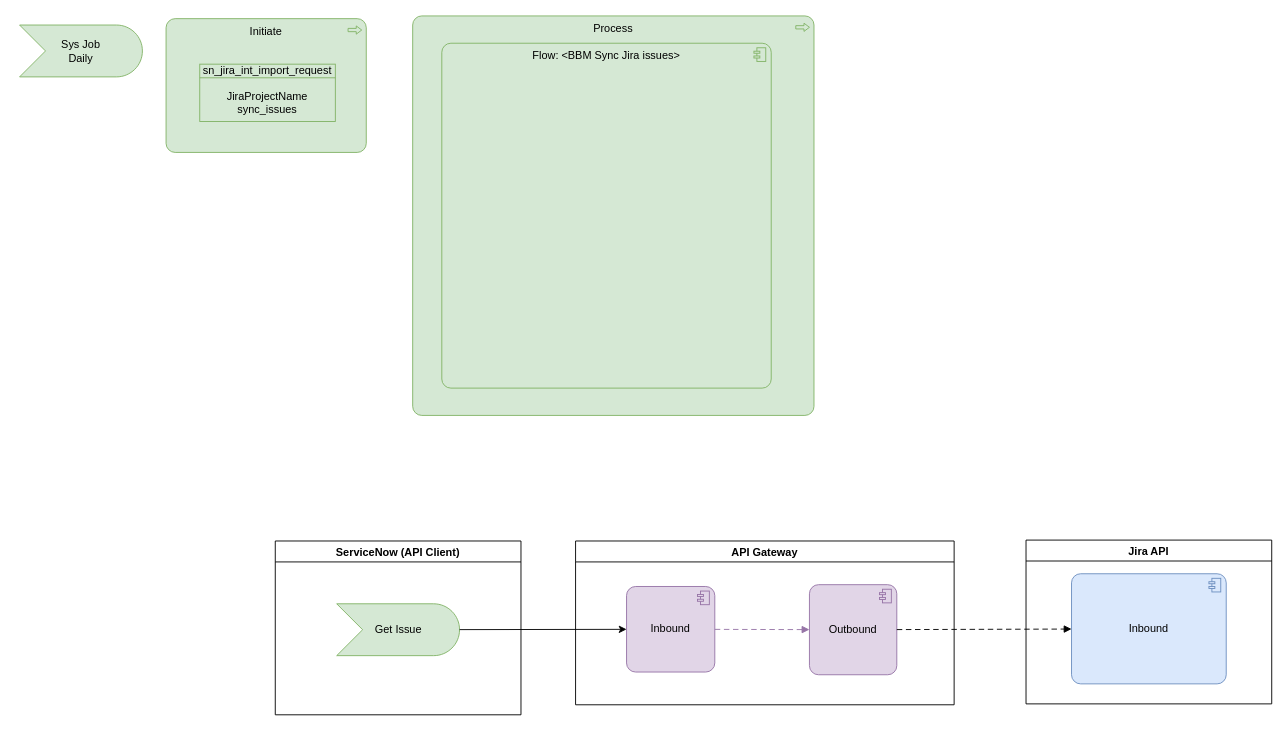
The draw.io diagram page "Page-2" (2 of 2) of BoschEAP.drawio in algimas/tmp, before the edit. Source tidied: cells renumbered, new cells numbered last; positions are measured from the earlier drawing's top-left corner, leaving out a move shared by most shapes. Both pictures are drawn from the tidied source at 91%, with x=0, y=0 at pixel (19, 15).
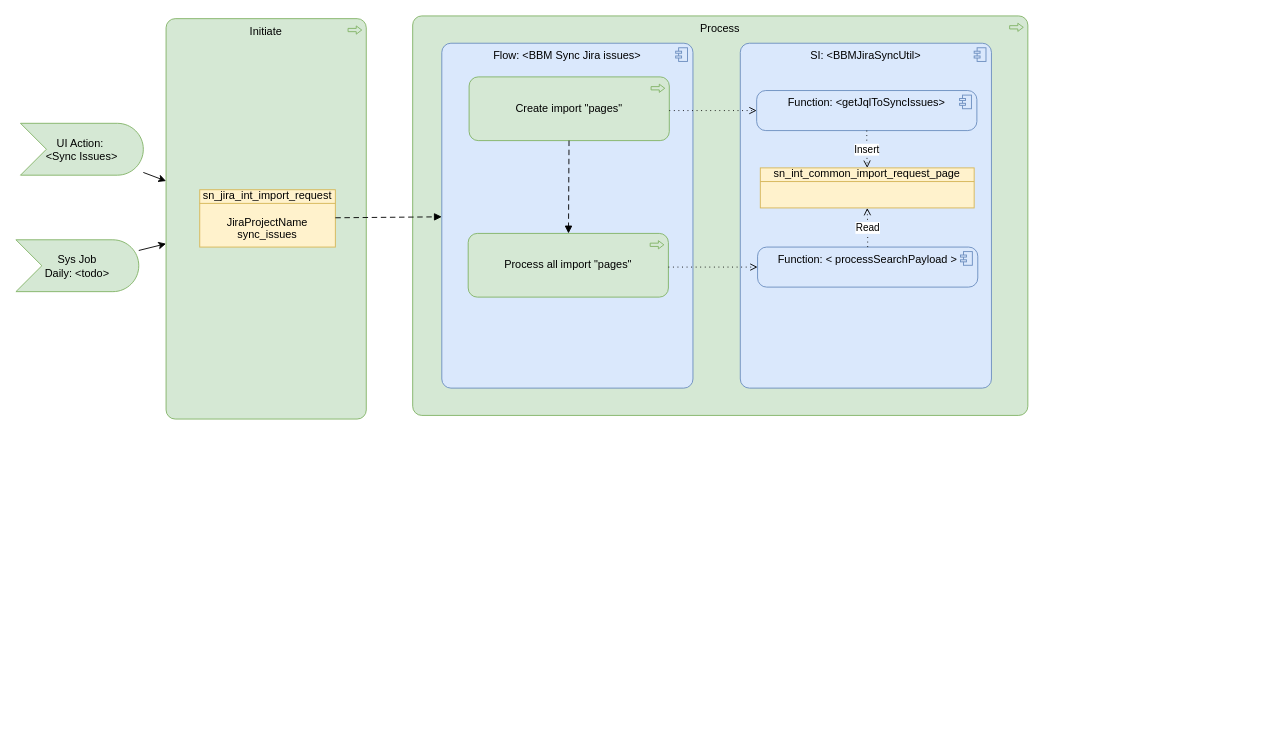
Above is the later version.

What changed in the source:
```diff
@@
-    <mxCell id="2" value="API Gateway" style="swimlane;" parent="1" vertex="1">
-      <mxGeometry x="611" y="577" width="416" height="180" as="geometry" />
-    </mxCell>
-    <mxCell id="3" value="Inbound" style="html=1;outlineConnect=0;whiteSpace=wrap;fillColor=#e1d5e7;shape=mxgraph.archimate3.application;appType=comp;archiType=rounded;strokeColor=#9673a6;verticalAlign=middle;fontStyle=0;" parent="2" vertex="1">
-      <mxGeometry x="56" y="50" width="97" height="94" as="geometry" />
-    </mxCell>
-    <mxCell id="4" value="Outbound" style="html=1;outlineConnect=0;whiteSpace=wrap;fillColor=#e1d5e7;shape=mxgraph.archimate3.application;appType=comp;archiType=rounded;strokeColor=#9673a6;verticalAlign=middle;fontStyle=0;" parent="2" vertex="1">
-      <mxGeometry x="257" y="48" width="96" height="99" as="geometry" />
-    </mxCell>
-    <mxCell id="5" style="html=1;endArrow=block;dashed=1;elbow=vertical;endFill=1;dashPattern=6 4;rounded=0;fontSize=12;fontStyle=0;fillColor=#e1d5e7;strokeColor=#9673a6;" parent="2" edge="1" source="3" target="4">
-      <mxGeometry relative="1" as="geometry" />
-    </mxCell>
-    <mxCell id="6" value="ServiceNow (API Client)" style="swimlane;" parent="1" vertex="1">
-      <mxGeometry x="281" y="577" width="270" height="191" as="geometry" />
-    </mxCell>
-    <mxCell id="7" value="Get Issue" style="html=1;outlineConnect=0;whiteSpace=wrap;fillColor=#d5e8d4;shape=mxgraph.archimate3.event;strokeColor=#82b366;fontStyle=0;" parent="6" vertex="1">
-      <mxGeometry x="67.5" y="69" width="135" height="57" as="geometry" />
-    </mxCell>
-    <mxCell id="8" value="Jira API" style="swimlane;" parent="1" vertex="1">
-      <mxGeometry x="1106" y="576" width="270" height="180" as="geometry" />
-    </mxCell>
-    <mxCell id="9" value="Inbound" style="html=1;outlineConnect=0;whiteSpace=wrap;fillColor=#dae8fc;shape=mxgraph.archimate3.application;appType=comp;archiType=rounded;strokeColor=#6c8ebf;verticalAlign=middle;fontStyle=0;" parent="8" vertex="1">
-      <mxGeometry x="50" y="37" width="170" height="121" as="geometry" />
-    </mxCell>
-    <mxCell id="10" style="edgeStyle=none;rounded=0;jettySize=auto;html=1;fontSize=6;fontStyle=0;" parent="1" edge="1" source="7" target="3">
-      <mxGeometry relative="1" as="geometry" />
-    </mxCell>
-    <mxCell id="11" style="html=1;endArrow=block;dashed=1;elbow=vertical;endFill=1;dashPattern=6 4;rounded=0;fontSize=12;fontStyle=0;" parent="1" edge="1" source="4" target="9">
-      <mxGeometry relative="1" as="geometry" />
-    </mxCell>
-    <mxCell id="12" value="Sys Job&lt;div&gt;Daily&lt;/div&gt;" style="html=1;outlineConnect=0;whiteSpace=wrap;fillColor=#d5e8d4;shape=mxgraph.archimate3.event;strokeColor=#82b366;fontStyle=0;" parent="1" vertex="1">
-      <mxGeometry y="10" width="135" height="57" as="geometry" />
+    <mxCell id="12" value="Sys Job&lt;div&gt;Daily: &amp;lt;todo&amp;gt;&lt;/div&gt;" style="html=1;outlineConnect=0;whiteSpace=wrap;fillColor=#d5e8d4;shape=mxgraph.archimate3.event;strokeColor=#82b366;fontStyle=0;" parent="1" vertex="1">
+      <mxGeometry x="-4" y="246" width="135" height="57" as="geometry" />
     </mxCell>
     <mxCell id="13" value="Initiate" style="html=1;outlineConnect=0;whiteSpace=wrap;fillColor=#d5e8d4;shape=mxgraph.archimate3.application;appType=proc;archiType=rounded;strokeColor=#82b366;verticalAlign=top;" parent="1" vertex="1">
-      <mxGeometry x="161" y="3" width="220" height="147" as="geometry" />
+      <mxGeometry x="161" y="3" width="220" height="440" as="geometry" />
     </mxCell>
-    <mxCell id="14" value="sn_jira_int_import_request&lt;div&gt;&lt;br&gt;&lt;/div&gt;&lt;div&gt;JiraProjectName&lt;/div&gt;&lt;div&gt;sync_issues&lt;/div&gt;" style="html=1;outlineConnect=0;whiteSpace=wrap;fillColor=#d5e8d4;shape=mxgraph.archimate3.businessObject;overflow=fill;strokeColor=#82b366;" parent="1" vertex="1">
-      <mxGeometry x="198" y="53" width="149" height="63" as="geometry" />
+    <mxCell id="14" value="sn_jira_int_import_request&lt;div&gt;&lt;br&gt;&lt;/div&gt;&lt;div&gt;JiraProjectName&lt;/div&gt;&lt;div&gt;sync_issues&lt;/div&gt;" style="html=1;outlineConnect=0;whiteSpace=wrap;fillColor=#fff2cc;shape=mxgraph.archimate3.businessObject;overflow=fill;strokeColor=#d6b656;" parent="1" vertex="1">
+      <mxGeometry x="198" y="191" width="149" height="63" as="geometry" />
     </mxCell>
     <mxCell id="15" value="Process" style="html=1;whiteSpace=wrap;fillColor=#d5e8d4;shape=mxgraph.archimate3.application;appType=proc;archiType=rounded;strokeColor=#82b366;verticalAlign=top;" parent="1" vertex="1">
-      <mxGeometry x="432" width="441" height="439" as="geometry" />
+      <mxGeometry x="432" width="676" height="439" as="geometry" />
     </mxCell>
-    <mxCell id="16" value="Flow: &amp;lt;BBM Sync Jira issues&amp;gt;" style="html=1;outlineConnect=0;whiteSpace=wrap;fillColor=#d5e8d4;shape=mxgraph.archimate3.application;appType=comp;archiType=rounded;strokeColor=#82b366;verticalAlign=top;fontStyle=0;" parent="1" vertex="1">
-      <mxGeometry x="464" y="30" width="362" height="379" as="geometry" />
+    <mxCell id="16" value="Flow: &amp;lt;BBM Sync Jira issues&amp;gt;" style="html=1;outlineConnect=0;whiteSpace=wrap;fillColor=#dae8fc;shape=mxgraph.archimate3.application;appType=comp;archiType=rounded;strokeColor=#6c8ebf;verticalAlign=top;fontStyle=0;" parent="1" vertex="1">
+      <mxGeometry x="464" y="30" width="276" height="379" as="geometry" />
     </mxCell>
+    <mxCell id="17" value="UI Action:&amp;nbsp;&lt;div&gt;&amp;lt;Sync Issues&amp;gt;&lt;/div&gt;" style="html=1;outlineConnect=0;whiteSpace=wrap;fillColor=#d5e8d4;shape=mxgraph.archimate3.event;strokeColor=#82b366;fontStyle=0;" parent="1" vertex="1">
+      <mxGeometry x="1" y="118" width="135" height="57" as="geometry" />
+    </mxCell>
+    <mxCell id="18" style="edgeStyle=none;rounded=0;jettySize=auto;html=1;fontSize=6;fontStyle=0;" parent="1" edge="1" source="17" target="13">
+      <mxGeometry relative="1" as="geometry" />
+    </mxCell>
+    <mxCell id="19" style="edgeStyle=none;rounded=0;jettySize=auto;html=1;fontSize=6;fontStyle=0;" parent="1" edge="1" source="12" target="13">
+      <mxGeometry relative="1" as="geometry" />
+    </mxCell>
+    <mxCell id="20" style="html=1;endArrow=block;dashed=1;elbow=vertical;endFill=1;dashPattern=6 4;rounded=0;fontSize=12;fontStyle=0;" parent="1" edge="1" source="14" target="16">
+      <mxGeometry relative="1" as="geometry" />
+    </mxCell>
+    <mxCell id="21" value="SI: &amp;lt;BBMJiraSyncUtil&amp;gt;" style="html=1;whiteSpace=wrap;fillColor=#dae8fc;shape=mxgraph.archimate3.application;appType=comp;archiType=rounded;strokeColor=#6c8ebf;verticalAlign=top;fontStyle=0;" parent="1" vertex="1">
+      <mxGeometry x="792" y="30" width="276" height="379" as="geometry" />
+    </mxCell>
+    <mxCell id="22" value="Create import &quot;pages&quot;" style="html=1;outlineConnect=0;whiteSpace=wrap;fillColor=#d5e8d4;shape=mxgraph.archimate3.application;appType=proc;archiType=rounded;strokeColor=#82b366;verticalAlign=middle;" parent="1" vertex="1">
+      <mxGeometry x="494" y="67" width="220" height="70" as="geometry" />
+    </mxCell>
+    <mxCell id="23" value="Function: &amp;lt;getJqlToSyncIssues&amp;gt;" style="html=1;outlineConnect=0;whiteSpace=wrap;fillColor=#dae8fc;shape=mxgraph.archimate3.application;appType=comp;archiType=rounded;strokeColor=#6c8ebf;verticalAlign=top;fontStyle=0;" parent="1" vertex="1">
+      <mxGeometry x="810" y="82" width="242" height="44" as="geometry" />
+    </mxCell>
+    <mxCell id="24" value="sn_int_common_import_request_page" style="html=1;outlineConnect=0;whiteSpace=wrap;fillColor=#fff2cc;shape=mxgraph.archimate3.businessObject;overflow=fill;strokeColor=#d6b656;" parent="1" vertex="1">
+      <mxGeometry x="814" y="167" width="235" height="44" as="geometry" />
+    </mxCell>
+    <mxCell id="25" value="Process all import &quot;pages&quot;" style="html=1;outlineConnect=0;whiteSpace=wrap;fillColor=#d5e8d4;shape=mxgraph.archimate3.application;appType=proc;archiType=rounded;strokeColor=#82b366;verticalAlign=middle;" parent="1" vertex="1">
+      <mxGeometry x="493" y="239" width="220" height="70" as="geometry" />
+    </mxCell>
+    <mxCell id="26" style="html=1;endArrow=block;dashed=1;elbow=vertical;endFill=1;dashPattern=6 4;rounded=0;fontSize=12;fontStyle=0;" parent="1" edge="1" source="22" target="25">
+      <mxGeometry relative="1" as="geometry" />
+    </mxCell>
+    <mxCell id="27" style="edgeStyle=elbowEdgeStyle;html=1;endArrow=open;elbow=vertical;endFill=0;dashed=1;dashPattern=1 4;rounded=0;" parent="1" edge="1" source="22" target="23">
+      <mxGeometry relative="1" as="geometry" />
+    </mxCell>
+    <mxCell id="28" value="Function: &amp;lt;&amp;nbsp;processSearchPayload &amp;gt;" style="html=1;outlineConnect=0;whiteSpace=wrap;fillColor=#dae8fc;shape=mxgraph.archimate3.application;appType=comp;archiType=rounded;strokeColor=#6c8ebf;verticalAlign=top;fontStyle=0;" parent="1" vertex="1">
+      <mxGeometry x="811" y="254" width="242" height="44" as="geometry" />
+    </mxCell>
+    <mxCell id="29" style="edgeStyle=elbowEdgeStyle;html=1;endArrow=open;elbow=vertical;endFill=0;dashed=1;dashPattern=1 4;rounded=0;" parent="1" edge="1" source="25" target="28">
+      <mxGeometry relative="1" as="geometry" />
+    </mxCell>
+    <mxCell id="30" value="Insert" style="edgeStyle=elbowEdgeStyle;html=1;endArrow=open;elbow=vertical;endFill=0;dashed=1;dashPattern=1 4;rounded=0;" parent="1" edge="1" source="23" target="24">
+      <mxGeometry relative="1" as="geometry" />
+    </mxCell>
+    <mxCell id="31" value="Read" style="edgeStyle=elbowEdgeStyle;html=1;endArrow=open;elbow=vertical;endFill=0;dashed=1;dashPattern=1 4;rounded=0;" parent="1" edge="1" source="28" target="24">
+      <mxGeometry relative="1" as="geometry" />
+    </mxCell>
```
